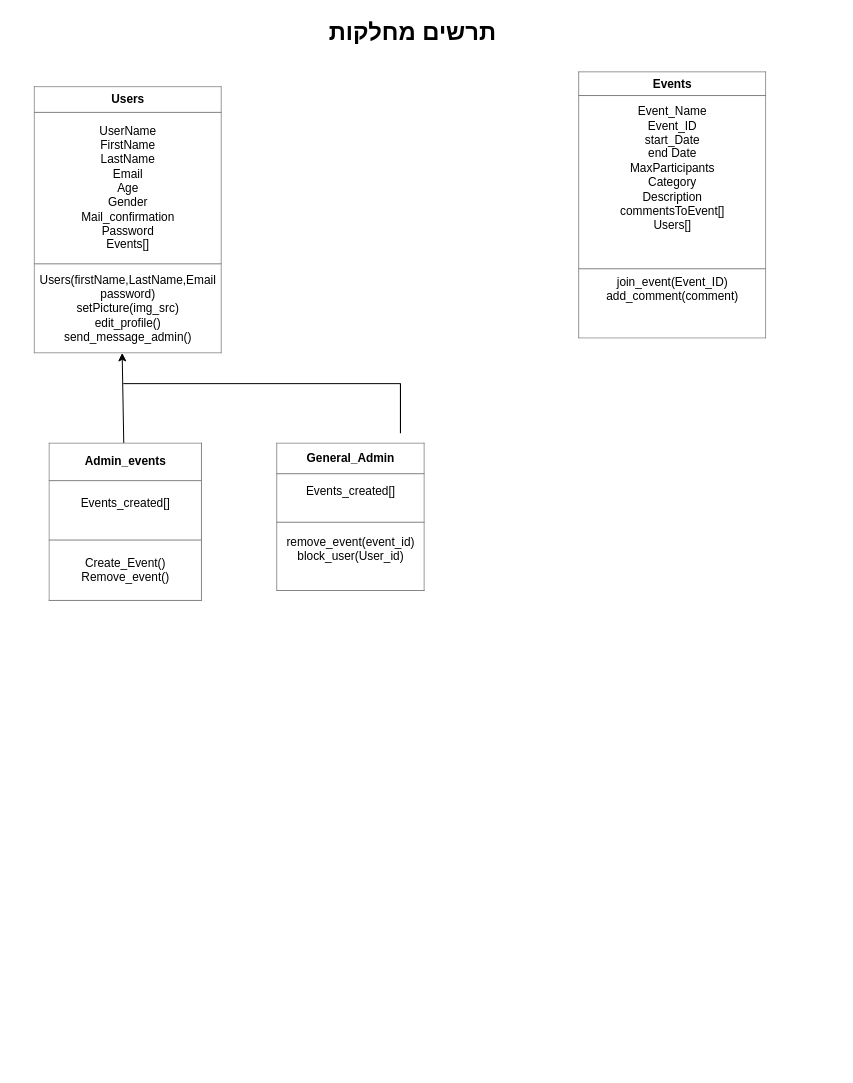
NeoZi12/NeoAndLeon keeps this draw.io diagram as classDiagram.drawio. Above is the earlier version. Source tidied: cells renumbered, new cells numbered last; positions are measured from the earlier drawing's top-left corner, leaving out a move shared by most shapes. Both pictures are drawn from the tidied source at 99%, with x=0, y=0 at pixel (34, 17).
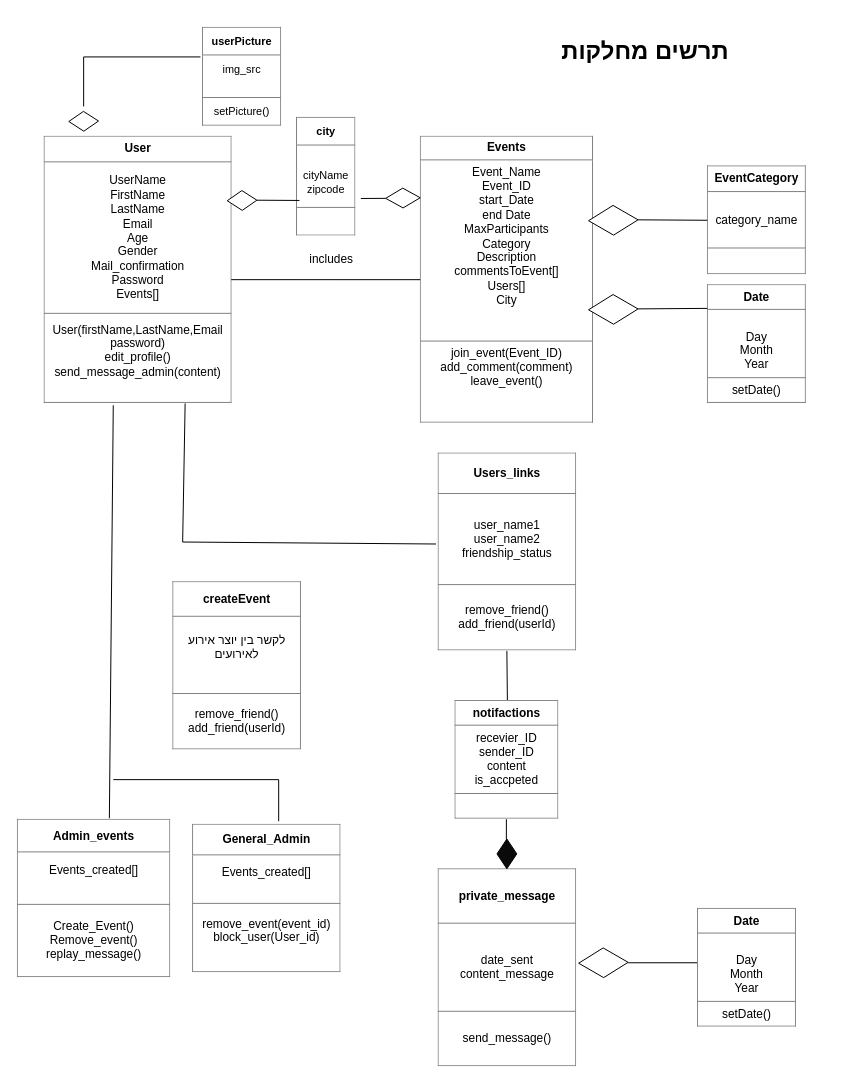
The same page after the edit.

What changed in the source:
```diff
@@
     <mxCell id="2" value="&lt;b&gt;&lt;font style=&quot;font-size: 24px;&quot;&gt;תרשים מחלקות&lt;/font&gt;&lt;/b&gt;" style="text;html=1;align=center;verticalAlign=middle;whiteSpace=wrap;rounded=0;" parent="1" vertex="1">
-      <mxGeometry x="190" width="385" height="30" as="geometry" />
+      <mxGeometry x="425" y="20" width="385" height="30" as="geometry" />
     </mxCell>
-    <mxCell id="3" value="&lt;table border=&quot;1&quot; width=&quot;100%&quot; height=&quot;100%&quot; cellpadding=&quot;4&quot; style=&quot;width:100%;height:100%;border-collapse:collapse;&quot;&gt;&lt;tbody&gt;&lt;tr&gt;&lt;th align=&quot;center&quot;&gt;Users&lt;/th&gt;&lt;/tr&gt;&lt;tr&gt;&lt;td align=&quot;center&quot;&gt;UserName&lt;br&gt;FirstName&lt;br&gt;LastName&lt;br&gt;Email&lt;br&gt;Age&lt;br&gt;Gender&lt;br&gt;Mail_confirmation&lt;br&gt;Password&lt;br&gt;Events[]&lt;/td&gt;&lt;/tr&gt;&lt;tr&gt;&lt;td align=&quot;center&quot;&gt;Users(firstName,LastName,Email&lt;br&gt;password)&lt;br&gt;setPicture(img_src)&lt;br&gt;edit_profile()&lt;br&gt;send_message_admin()&lt;/td&gt;&lt;/tr&gt;&lt;/tbody&gt;&lt;/table&gt;" style="text;html=1;whiteSpace=wrap;strokeColor=none;fillColor=none;overflow=fill;" parent="1" vertex="1">
-      <mxGeometry y="70" width="190" height="270" as="geometry" />
+    <mxCell id="3" value="&lt;table border=&quot;1&quot; width=&quot;100%&quot; height=&quot;100%&quot; cellpadding=&quot;4&quot; style=&quot;width:100%;height:100%;border-collapse:collapse;&quot;&gt;&lt;tbody&gt;&lt;tr&gt;&lt;th align=&quot;center&quot;&gt;User&lt;/th&gt;&lt;/tr&gt;&lt;tr&gt;&lt;td align=&quot;center&quot;&gt;UserName&lt;br&gt;FirstName&lt;br&gt;LastName&lt;br&gt;Email&lt;br&gt;Age&lt;br&gt;Gender&lt;br&gt;Mail_confirmation&lt;br&gt;Password&lt;br&gt;Events[]&lt;/td&gt;&lt;/tr&gt;&lt;tr&gt;&lt;td align=&quot;center&quot;&gt;User(firstName,LastName,Email&lt;br&gt;password)&lt;br&gt;edit_profile()&lt;br&gt;send_message_admin(content)&lt;br&gt;&lt;br&gt;&lt;/td&gt;&lt;/tr&gt;&lt;/tbody&gt;&lt;/table&gt;" style="text;html=1;whiteSpace=wrap;strokeColor=none;fillColor=none;overflow=fill;" parent="1" vertex="1">
+      <mxGeometry x="10" y="120" width="190" height="270" as="geometry" />
     </mxCell>
-    <mxCell id="4" style="endArrow=classic;html=1;rounded=0;entryX=0.468;entryY=0.996;entryDx=0;entryDy=0;entryPerimeter=0;" parent="1" edge="1">
-      <mxGeometry relative="1" as="geometry">
-        <mxPoint x="90.5" y="430" as="sourcePoint" />
-        <mxPoint x="88.9" y="339" as="targetPoint" />
-      </mxGeometry>
-    </mxCell>
-    <mxCell id="5" value="&lt;table border=&quot;1&quot; width=&quot;100%&quot; height=&quot;100%&quot; cellpadding=&quot;4&quot; style=&quot;width:100%;height:100%;border-collapse:collapse;&quot;&gt;&lt;tbody&gt;&lt;tr&gt;&lt;th align=&quot;center&quot;&gt;Admin_events&lt;/th&gt;&lt;/tr&gt;&lt;tr&gt;&lt;td align=&quot;center&quot;&gt;Events_created[]&lt;br&gt;&lt;br&gt;&lt;/td&gt;&lt;/tr&gt;&lt;tr&gt;&lt;td align=&quot;center&quot;&gt;Create_Event()&lt;br&gt;Remove_event()&lt;/td&gt;&lt;/tr&gt;&lt;/tbody&gt;&lt;/table&gt;" style="text;html=1;whiteSpace=wrap;strokeColor=none;fillColor=none;overflow=fill;" parent="1" vertex="1">
-      <mxGeometry x="15" y="430" width="155" height="160" as="geometry" />
+    <mxCell id="5" value="&lt;table border=&quot;1&quot; width=&quot;100%&quot; height=&quot;100%&quot; cellpadding=&quot;4&quot; style=&quot;width:100%;height:100%;border-collapse:collapse;&quot;&gt;&lt;tbody&gt;&lt;tr&gt;&lt;th align=&quot;center&quot;&gt;Admin_events&lt;/th&gt;&lt;/tr&gt;&lt;tr&gt;&lt;td align=&quot;center&quot;&gt;Events_created[]&lt;br&gt;&lt;br&gt;&lt;/td&gt;&lt;/tr&gt;&lt;tr&gt;&lt;td align=&quot;center&quot;&gt;Create_Event()&lt;br&gt;Remove_event()&lt;br&gt;replay_message()&lt;/td&gt;&lt;/tr&gt;&lt;/tbody&gt;&lt;/table&gt;" style="text;html=1;whiteSpace=wrap;strokeColor=none;fillColor=none;overflow=fill;" parent="1" vertex="1">
+      <mxGeometry x="-17.5" y="810" width="155" height="160" as="geometry" />
     </mxCell>
-    <mxCell id="6" value="&lt;table border=&quot;1&quot; width=&quot;100%&quot; height=&quot;100%&quot; cellpadding=&quot;4&quot; style=&quot;width:100%;height:100%;border-collapse:collapse;&quot;&gt;&lt;tbody&gt;&lt;tr&gt;&lt;th align=&quot;center&quot;&gt;Events&lt;/th&gt;&lt;/tr&gt;&lt;tr&gt;&lt;td align=&quot;center&quot;&gt;Event_Name&lt;br&gt;Event_ID&lt;br&gt;start_Date&lt;br&gt;end Date&lt;br&gt;MaxParticipants&lt;br&gt;Category&lt;br&gt;Description&lt;br&gt;commentsToEvent[]&lt;br&gt;Users[]&lt;br&gt;&lt;br&gt;&lt;br&gt;&lt;/td&gt;&lt;/tr&gt;&lt;tr&gt;&lt;td align=&quot;center&quot;&gt;join_event(Event_ID)&lt;br&gt;add_comment(comment)&lt;br&gt;&lt;br&gt;&lt;br&gt;&lt;/td&gt;&lt;/tr&gt;&lt;/tbody&gt;&lt;/table&gt;" style="text;html=1;whiteSpace=wrap;strokeColor=none;fillColor=none;overflow=fill;" parent="1" vertex="1">
-      <mxGeometry x="550" y="55" width="190" height="270" as="geometry" />
+    <mxCell id="6" value="&lt;table border=&quot;1&quot; width=&quot;100%&quot; height=&quot;100%&quot; cellpadding=&quot;4&quot; style=&quot;width:100%;height:100%;border-collapse:collapse;&quot;&gt;&lt;tbody&gt;&lt;tr&gt;&lt;th align=&quot;center&quot;&gt;Events&lt;/th&gt;&lt;/tr&gt;&lt;tr&gt;&lt;td align=&quot;center&quot;&gt;Event_Name&lt;br&gt;Event_ID&lt;br&gt;start_Date&lt;br&gt;end Date&lt;br&gt;MaxParticipants&lt;br&gt;Category&lt;br&gt;Description&lt;br&gt;commentsToEvent[]&lt;br&gt;Users[]&lt;br&gt;City&lt;br&gt;&lt;br&gt;&lt;br&gt;&lt;/td&gt;&lt;/tr&gt;&lt;tr&gt;&lt;td align=&quot;center&quot;&gt;join_event(Event_ID)&lt;br&gt;add_comment(comment)&lt;br&gt;leave_event()&lt;br&gt;&lt;br&gt;&lt;br&gt;&lt;/td&gt;&lt;/tr&gt;&lt;/tbody&gt;&lt;/table&gt;" style="text;html=1;whiteSpace=wrap;strokeColor=none;fillColor=none;overflow=fill;" parent="1" vertex="1">
+      <mxGeometry x="390" y="120" width="175" height="290" as="geometry" />
     </mxCell>
     <mxCell id="7" value="&lt;table border=&quot;1&quot; width=&quot;100%&quot; height=&quot;100%&quot; cellpadding=&quot;4&quot; style=&quot;width:100%;height:100%;border-collapse:collapse;&quot;&gt;&lt;tbody&gt;&lt;tr&gt;&lt;th align=&quot;center&quot;&gt;General_Admin&lt;/th&gt;&lt;/tr&gt;&lt;tr&gt;&lt;td align=&quot;center&quot;&gt;Events_created[]&lt;br&gt;&lt;br&gt;&lt;/td&gt;&lt;/tr&gt;&lt;tr&gt;&lt;td align=&quot;center&quot;&gt;remove_event(event_id)&lt;br&gt;block_user(User_id)&lt;br&gt;&lt;br&gt;&lt;/td&gt;&lt;/tr&gt;&lt;/tbody&gt;&lt;/table&gt;" style="text;html=1;whiteSpace=wrap;strokeColor=none;fillColor=none;overflow=fill;" parent="1" vertex="1">
-      <mxGeometry x="245" y="430" width="150" height="150" as="geometry" />
+      <mxGeometry x="160" y="815" width="150" height="150" as="geometry" />
     </mxCell>
-    <mxCell id="8" style="endArrow=none;html=1;rounded=0;" parent="1" edge="1">
-      <mxGeometry relative="1" as="geometry">
-        <mxPoint x="90" y="370" as="sourcePoint" />
-        <mxPoint x="370" y="370" as="targetPoint" />
-        <Array as="points">
-          <mxPoint x="370" y="370" />
-          <mxPoint x="370" y="420" />
-          <mxPoint x="370" y="400" />
-        </Array>
-      </mxGeometry>
-    </mxCell>
+    <mxCell id="9" value="includes" style="text;html=1;align=center;verticalAlign=middle;strokeColor=none;fillColor=none;" parent="1" vertex="1">
+      <mxGeometry x="265" y="230" width="70" height="30" as="geometry" />
+    </mxCell>
+    <mxCell id="10" style="endArrow=none;html=1;rounded=0;entryX=0;entryY=0.5;entryDx=0;entryDy=0;exitX=0.995;exitY=0.537;exitDx=0;exitDy=0;exitPerimeter=0;" parent="1" edge="1" source="3" target="6">
+      <mxGeometry relative="1" as="geometry" />
+    </mxCell>
+    <mxCell id="11" style="endArrow=none;html=1;rounded=0;entryX=0.368;entryY=1.007;entryDx=0;entryDy=0;entryPerimeter=0;exitX=0.603;exitY=-0.006;exitDx=0;exitDy=0;exitPerimeter=0;" parent="1" edge="1" source="5" target="3">
+      <mxGeometry relative="1" as="geometry" />
+    </mxCell>
+    <mxCell id="12" value="&lt;table border=&quot;1&quot; width=&quot;100%&quot; height=&quot;100%&quot; cellpadding=&quot;4&quot; style=&quot;width:100%;height:100%;border-collapse:collapse;&quot;&gt;&lt;tbody&gt;&lt;tr&gt;&lt;th align=&quot;center&quot;&gt;EventCategory&lt;/th&gt;&lt;/tr&gt;&lt;tr&gt;&lt;td align=&quot;center&quot;&gt;&lt;br&gt;category_name&lt;br&gt;&lt;br&gt;&lt;/td&gt;&lt;/tr&gt;&lt;tr&gt;&lt;td align=&quot;center&quot;&gt;&lt;br&gt;&lt;/td&gt;&lt;/tr&gt;&lt;/tbody&gt;&lt;/table&gt;" style="text;html=1;whiteSpace=wrap;strokeColor=none;fillColor=none;overflow=fill;" parent="1" vertex="1">
+      <mxGeometry x="680" y="150" width="100" height="110" as="geometry" />
+    </mxCell>
+    <mxCell id="13" value="&lt;table style=&quot;width:100%;height:100%;border-collapse:collapse;&quot; cellpadding=&quot;4&quot; height=&quot;100%&quot; width=&quot;100%&quot; border=&quot;1&quot;&gt;&lt;tbody&gt;&lt;tr&gt;&lt;th align=&quot;center&quot;&gt;city&lt;/th&gt;&lt;/tr&gt;&lt;tr&gt;&lt;td align=&quot;center&quot;&gt;&lt;br&gt;cityName&lt;br&gt;zipcode&lt;br&gt;&lt;/td&gt;&lt;/tr&gt;&lt;tr&gt;&lt;td align=&quot;center&quot;&gt;&lt;br&gt;&lt;/td&gt;&lt;/tr&gt;&lt;/tbody&gt;&lt;/table&gt;" style="text;html=1;whiteSpace=wrap;strokeColor=none;fillColor=none;overflow=fill;fontSize=11;" parent="1" vertex="1">
+      <mxGeometry x="265" y="100.5" width="60" height="120" as="geometry" />
+    </mxCell>
+    <mxCell id="14" style="endArrow=none;html=1;rounded=0;entryX=0;entryY=0.5;entryDx=0;entryDy=0;exitX=0.5;exitY=0;exitDx=0;exitDy=0;" parent="1" edge="1" source="15" target="12">
+      <mxGeometry relative="1" as="geometry" />
+    </mxCell>
+    <mxCell id="15" style="rhombus;whiteSpace=wrap;html=1;rotation=89;" parent="1" vertex="1">
+      <mxGeometry x="570" y="180" width="30" height="50" as="geometry" />
+    </mxCell>
+    <mxCell id="16" style="rhombus;whiteSpace=wrap;html=1;rotation=89;" parent="1" vertex="1">
+      <mxGeometry x="362.5" y="165.1" width="20" height="34.9" as="geometry" />
+    </mxCell>
+    <mxCell id="17" style="rhombus;whiteSpace=wrap;html=1;rotation=89;" parent="1" vertex="1">
+      <mxGeometry x="200" y="170" width="20" height="30" as="geometry" />
+    </mxCell>
+    <mxCell id="18" style="endArrow=none;html=1;rounded=0;entryX=0.05;entryY=0.704;entryDx=0;entryDy=0;exitX=0.5;exitY=0;exitDx=0;exitDy=0;entryPerimeter=0;" parent="1" edge="1" source="17" target="13">
+      <mxGeometry relative="1" as="geometry" />
+    </mxCell>
+    <mxCell id="19" style="endArrow=none;html=1;rounded=0;entryX=0.5;entryY=1;entryDx=0;entryDy=0;" parent="1" edge="1" target="16">
+      <mxGeometry relative="1" as="geometry">
+        <mxPoint x="330" y="183" as="sourcePoint" />
+      </mxGeometry>
+    </mxCell>
+    <mxCell id="20" style="endArrow=none;html=1;rounded=0;entryX=0.58;entryY=-0.02;entryDx=0;entryDy=0;entryPerimeter=0;" parent="1" edge="1" target="7">
+      <mxGeometry relative="1" as="geometry">
+        <mxPoint x="80" y="770" as="sourcePoint" />
+        <Array as="points">
+          <mxPoint x="247" y="770" />
+        </Array>
+      </mxGeometry>
+    </mxCell>
+    <mxCell id="21" value="&lt;table border=&quot;1&quot; width=&quot;100%&quot; height=&quot;100%&quot; cellpadding=&quot;4&quot; style=&quot;width:100%;height:100%;border-collapse:collapse;&quot;&gt;&lt;tbody&gt;&lt;tr&gt;&lt;th align=&quot;center&quot;&gt;Users_links&lt;/th&gt;&lt;/tr&gt;&lt;tr&gt;&lt;td align=&quot;center&quot;&gt;user_name1&lt;br&gt;user_name2&lt;br&gt;friendship_status&lt;/td&gt;&lt;/tr&gt;&lt;tr&gt;&lt;td align=&quot;center&quot;&gt;remove_friend()&lt;br&gt;add_friend(userId)&lt;/td&gt;&lt;/tr&gt;&lt;/tbody&gt;&lt;/table&gt;" style="text;html=1;whiteSpace=wrap;strokeColor=none;fillColor=none;overflow=fill;" parent="1" vertex="1">
+      <mxGeometry x="407.5" y="440" width="140" height="200" as="geometry" />
+    </mxCell>
+    <mxCell id="22" value="&lt;table border=&quot;1&quot; width=&quot;100%&quot; height=&quot;100%&quot; cellpadding=&quot;4&quot; style=&quot;width:100%;height:100%;border-collapse:collapse;&quot;&gt;&lt;tbody&gt;&lt;tr&gt;&lt;th align=&quot;center&quot;&gt;private_message&lt;/th&gt;&lt;/tr&gt;&lt;tr&gt;&lt;td align=&quot;center&quot;&gt;date_sent&lt;br&gt;content_message&lt;/td&gt;&lt;/tr&gt;&lt;tr&gt;&lt;td align=&quot;center&quot;&gt;send_message()&lt;/td&gt;&lt;/tr&gt;&lt;/tbody&gt;&lt;/table&gt;" style="text;html=1;whiteSpace=wrap;strokeColor=none;fillColor=none;overflow=fill;" parent="1" vertex="1">
+      <mxGeometry x="407.5" y="860" width="140" height="200" as="geometry" />
+    </mxCell>
+    <mxCell id="23" style="endArrow=none;html=1;rounded=0;entryX=0.5;entryY=1;entryDx=0;entryDy=0;" parent="1" edge="1" target="21">
+      <mxGeometry relative="1" as="geometry">
+        <mxPoint x="478" y="690" as="sourcePoint" />
+      </mxGeometry>
+    </mxCell>
+    <mxCell id="24" value="&lt;table style=&quot;width:100%;height:100%;border-collapse:collapse;&quot; cellpadding=&quot;4&quot; height=&quot;100%&quot; width=&quot;100%&quot; border=&quot;1&quot;&gt;&lt;tbody&gt;&lt;tr&gt;&lt;th align=&quot;center&quot;&gt;userPicture&lt;/th&gt;&lt;/tr&gt;&lt;tr&gt;&lt;td align=&quot;center&quot;&gt;img_src&lt;br&gt;&lt;br&gt;&lt;/td&gt;&lt;/tr&gt;&lt;tr&gt;&lt;td align=&quot;center&quot;&gt;setPicture()&lt;/td&gt;&lt;/tr&gt;&lt;/tbody&gt;&lt;/table&gt;" style="text;html=1;whiteSpace=wrap;strokeColor=none;fillColor=none;overflow=fill;fontSize=11;" parent="1" vertex="1">
+      <mxGeometry x="170" y="10" width="80" height="100" as="geometry" />
+    </mxCell>
+    <mxCell id="25" style="rhombus;whiteSpace=wrap;html=1;rotation=89;" parent="1" vertex="1">
+      <mxGeometry x="40" y="90" width="20" height="30" as="geometry" />
+    </mxCell>
+    <mxCell id="26" style="endArrow=none;html=1;rounded=0;" parent="1" edge="1">
+      <mxGeometry relative="1" as="geometry">
+        <mxPoint x="168" y="40" as="sourcePoint" />
+        <mxPoint x="50" y="90" as="targetPoint" />
+        <Array as="points">
+          <mxPoint x="50" y="40" />
+        </Array>
+      </mxGeometry>
+    </mxCell>
+    <mxCell id="27" style="endArrow=none;html=1;rounded=0;entryX=0.75;entryY=1;entryDx=0;entryDy=0;exitX=-0.011;exitY=0.46;exitDx=0;exitDy=0;exitPerimeter=0;" parent="1" edge="1" source="21" target="3">
+      <mxGeometry relative="1" as="geometry">
+        <Array as="points">
+          <mxPoint x="150" y="530" />
+        </Array>
+      </mxGeometry>
+    </mxCell>
+    <mxCell id="28" value="&lt;table border=&quot;1&quot; width=&quot;100%&quot; height=&quot;100%&quot; cellpadding=&quot;4&quot; style=&quot;width:100%;height:100%;border-collapse:collapse;&quot;&gt;&lt;tbody&gt;&lt;tr&gt;&lt;th align=&quot;center&quot;&gt;notifactions&lt;/th&gt;&lt;/tr&gt;&lt;tr&gt;&lt;td align=&quot;center&quot;&gt;recevier_ID&lt;br&gt;sender_ID&lt;br&gt;content&lt;br&gt;is_accpeted&lt;/td&gt;&lt;/tr&gt;&lt;tr&gt;&lt;td align=&quot;center&quot;&gt;&lt;br&gt;&lt;/td&gt;&lt;/tr&gt;&lt;/tbody&gt;&lt;/table&gt;" style="text;html=1;whiteSpace=wrap;strokeColor=none;fillColor=none;overflow=fill;" parent="1" vertex="1">
+      <mxGeometry x="425" y="690" width="105" height="120" as="geometry" />
+    </mxCell>
+    <mxCell id="29" style="rhombus;whiteSpace=wrap;html=1;fillColor=#0A0A0A;" parent="1" vertex="1">
+      <mxGeometry x="467.5" y="830" width="20" height="30" as="geometry" />
+    </mxCell>
+    <mxCell id="30" style="endArrow=none;html=1;rounded=0;" parent="1" edge="1">
+      <mxGeometry relative="1" as="geometry">
+        <mxPoint x="477" y="840" as="sourcePoint" />
+        <mxPoint x="477" y="810" as="targetPoint" />
+      </mxGeometry>
+    </mxCell>
+    <mxCell id="31" value="&lt;table border=&quot;1&quot; width=&quot;100%&quot; height=&quot;100%&quot; cellpadding=&quot;4&quot; style=&quot;width:100%;height:100%;border-collapse:collapse;&quot;&gt;&lt;tbody&gt;&lt;tr&gt;&lt;th align=&quot;center&quot;&gt;Date&lt;/th&gt;&lt;/tr&gt;&lt;tr&gt;&lt;td align=&quot;center&quot;&gt;&lt;br&gt;Day&lt;br&gt;Month&lt;br&gt;Year&lt;br&gt;&lt;/td&gt;&lt;/tr&gt;&lt;tr&gt;&lt;td align=&quot;center&quot;&gt;setDate()&lt;/td&gt;&lt;/tr&gt;&lt;/tbody&gt;&lt;/table&gt;" style="text;html=1;whiteSpace=wrap;strokeColor=none;fillColor=none;overflow=fill;" parent="1" vertex="1">
+      <mxGeometry x="680" y="270" width="100" height="120" as="geometry" />
+    </mxCell>
+    <mxCell id="32" style="rhombus;whiteSpace=wrap;html=1;rotation=89;" parent="1" vertex="1">
+      <mxGeometry x="570" y="270" width="30" height="50" as="geometry" />
+    </mxCell>
+    <mxCell id="33" style="endArrow=none;html=1;rounded=0;entryX=0;entryY=0.2;entryDx=0;entryDy=0;exitX=0.5;exitY=0;exitDx=0;exitDy=0;entryPerimeter=0;" parent="1" edge="1" target="31">
+      <mxGeometry relative="1" as="geometry">
+        <mxPoint x="610" y="294.5" as="sourcePoint" />
+      </mxGeometry>
+    </mxCell>
+    <mxCell id="34" style="rhombus;whiteSpace=wrap;html=1;rotation=89;" parent="1" vertex="1">
+      <mxGeometry x="560" y="930" width="30" height="50" as="geometry" />
+    </mxCell>
+    <mxCell id="35" style="endArrow=none;html=1;rounded=0;exitX=0.5;exitY=0;exitDx=0;exitDy=0;" parent="1" edge="1">
+      <mxGeometry relative="1" as="geometry">
+        <mxPoint x="600" y="955" as="sourcePoint" />
+        <mxPoint x="670" y="955" as="targetPoint" />
+      </mxGeometry>
+    </mxCell>
+    <mxCell id="36" value="&lt;table border=&quot;1&quot; width=&quot;100%&quot; height=&quot;100%&quot; cellpadding=&quot;4&quot; style=&quot;width:100%;height:100%;border-collapse:collapse;&quot;&gt;&lt;tbody&gt;&lt;tr&gt;&lt;th align=&quot;center&quot;&gt;Date&lt;/th&gt;&lt;/tr&gt;&lt;tr&gt;&lt;td align=&quot;center&quot;&gt;&lt;br&gt;Day&lt;br&gt;Month&lt;br&gt;Year&lt;br&gt;&lt;/td&gt;&lt;/tr&gt;&lt;tr&gt;&lt;td align=&quot;center&quot;&gt;setDate()&lt;/td&gt;&lt;/tr&gt;&lt;/tbody&gt;&lt;/table&gt;" style="text;html=1;whiteSpace=wrap;strokeColor=none;fillColor=none;overflow=fill;" parent="1" vertex="1">
+      <mxGeometry x="670" y="900" width="100" height="120" as="geometry" />
+    </mxCell>
+    <mxCell id="37" value="&lt;table border=&quot;1&quot; width=&quot;100%&quot; height=&quot;100%&quot; cellpadding=&quot;4&quot; style=&quot;width:100%;height:100%;border-collapse:collapse;&quot;&gt;&lt;tbody&gt;&lt;tr&gt;&lt;th align=&quot;center&quot;&gt;createEvent&lt;/th&gt;&lt;/tr&gt;&lt;tr&gt;&lt;td align=&quot;center&quot;&gt;לקשר בין יוצר אירוע לאירועים&lt;br&gt;&lt;br&gt;&lt;/td&gt;&lt;/tr&gt;&lt;tr&gt;&lt;td align=&quot;center&quot;&gt;remove_friend()&lt;br&gt;add_friend(userId)&lt;/td&gt;&lt;/tr&gt;&lt;/tbody&gt;&lt;/table&gt;" style="text;html=1;whiteSpace=wrap;strokeColor=none;fillColor=none;overflow=fill;" parent="1" vertex="1">
+      <mxGeometry x="140" y="570" width="130" height="170" as="geometry" />
+    </mxCell>
```
